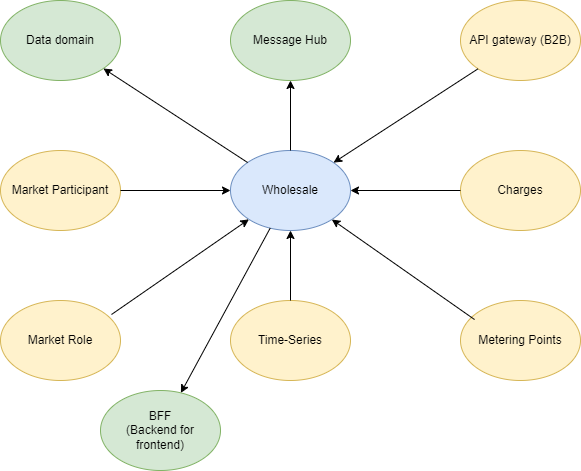
Earlier version of the draw.io export docs/images/context-map.drawio.png (Energinet-DataHub/opengeh-wholesale). Source tidied: cells renumbered, new cells last; positions are measured from the earlier drawing's top-left corner, leaving out a move shared by most shapes.
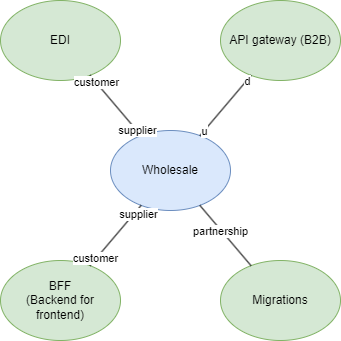
Later version of the same file.

Commit message:
Update context map

Change to the diagram source:
```diff
@@ -2,64 +2,55 @@
   <root>
     <mxCell id="0" />
     <mxCell id="1" parent="0" />
-    <mxCell id="2" value="Message Hub" style="ellipse;whiteSpace=wrap;html=1;fillColor=#d5e8d4;strokeColor=#82b366;" parent="1" vertex="1">
-      <mxGeometry x="230" width="120" height="80" as="geometry" />
+    <mxCell id="2" value="EDI" style="ellipse;whiteSpace=wrap;html=1;fillColor=#d5e8d4;strokeColor=#82b366;" parent="1" vertex="1">
+      <mxGeometry x="130" y="10" width="120" height="80" as="geometry" />
     </mxCell>
-    <mxCell id="3" value="API gateway (B2B)" style="ellipse;whiteSpace=wrap;html=1;fillColor=#fff2cc;strokeColor=#d6b656;" parent="1" vertex="1">
-      <mxGeometry x="460" width="120" height="80" as="geometry" />
+    <mxCell id="3" value="API gateway (B2B)" style="ellipse;whiteSpace=wrap;html=1;fillColor=#d5e8d4;strokeColor=#82b366;" parent="1" vertex="1">
+      <mxGeometry x="350" y="10" width="120" height="80" as="geometry" />
     </mxCell>
     <mxCell id="4" value="Wholesale" style="ellipse;whiteSpace=wrap;html=1;fillColor=#dae8fc;strokeColor=#6c8ebf;" parent="1" vertex="1">
-      <mxGeometry x="230" y="150" width="120" height="80" as="geometry" />
+      <mxGeometry x="240" y="140" width="120" height="80" as="geometry" />
     </mxCell>
-    <mxCell id="5" value="Charges" style="ellipse;whiteSpace=wrap;html=1;fillColor=#fff2cc;strokeColor=#d6b656;" parent="1" vertex="1">
-      <mxGeometry x="460" y="150" width="120" height="80" as="geometry" />
-    </mxCell>
-    <mxCell id="6" value="Time-Series" style="ellipse;whiteSpace=wrap;html=1;fillColor=#fff2cc;strokeColor=#d6b656;" parent="1" vertex="1">
-      <mxGeometry x="230" y="300" width="120" height="80" as="geometry" />
-    </mxCell>
-    <mxCell id="7" value="Metering Points" style="ellipse;whiteSpace=wrap;html=1;fillColor=#fff2cc;strokeColor=#d6b656;" parent="1" vertex="1">
-      <mxGeometry x="460" y="300" width="120" height="80" as="geometry" />
-    </mxCell>
-    <mxCell id="8" value="Market Participant" style="ellipse;whiteSpace=wrap;html=1;fillColor=#fff2cc;strokeColor=#d6b656;" parent="1" vertex="1">
-      <mxGeometry y="150" width="120" height="80" as="geometry" />
-    </mxCell>
-    <mxCell id="9" value="Market Role" style="ellipse;whiteSpace=wrap;html=1;fillColor=#fff2cc;strokeColor=#d6b656;" parent="1" vertex="1">
-      <mxGeometry y="300" width="120" height="80" as="geometry" />
-    </mxCell>
-    <mxCell id="10" style="endArrow=classic;html=1;rounded=0;exitX=0.5;exitY=0;exitDx=0;exitDy=0;" parent="1" edge="1" source="6">
-      <mxGeometry relative="1" as="geometry">
-        <mxPoint x="290" y="230" as="targetPoint" />
-      </mxGeometry>
-    </mxCell>
-    <mxCell id="11" style="endArrow=classic;html=1;rounded=0;exitX=0.925;exitY=0.175;exitDx=0;exitDy=0;exitPerimeter=0;" parent="1" edge="1" source="9" target="4">
-      <mxGeometry relative="1" as="geometry" />
-    </mxCell>
-    <mxCell id="12" style="endArrow=classic;html=1;rounded=0;exitX=0.117;exitY=0.238;exitDx=0;exitDy=0;exitPerimeter=0;" parent="1" edge="1" source="7" target="4">
-      <mxGeometry relative="1" as="geometry" />
-    </mxCell>
-    <mxCell id="13" style="endArrow=classic;html=1;rounded=0;exitX=0;exitY=0.5;exitDx=0;exitDy=0;" parent="1" edge="1" source="5" target="4">
-      <mxGeometry relative="1" as="geometry" />
-    </mxCell>
-    <mxCell id="14" style="endArrow=classic;html=1;rounded=0;exitX=0;exitY=1;exitDx=0;exitDy=0;" parent="1" edge="1" source="3" target="4">
+    <mxCell id="14" style="endArrow=none;html=1;rounded=0;endFill=0;" parent="1" edge="1" source="3" target="4">
       <mxGeometry relative="1" as="geometry" />
     </mxCell>
+    <mxCell id="21" value="u" style="edgeLabel;html=1;align=center;verticalAlign=middle;" parent="14" vertex="1">
+      <mxGeometry x="0.83" y="-1" relative="1" as="geometry">
+        <mxPoint y="1" as="offset" />
+      </mxGeometry>
+    </mxCell>
+    <mxCell id="22" value="d" style="edgeLabel;html=1;align=center;verticalAlign=middle;" parent="14" vertex="1">
+      <mxGeometry x="-0.82" y="1" relative="1" as="geometry" />
+    </mxCell>
-    <mxCell id="15" style="endArrow=classic;html=1;rounded=0;exitX=0.5;exitY=0;exitDx=0;exitDy=0;entryX=0.5;entryY=1;entryDx=0;entryDy=0;" parent="1" edge="1" source="4" target="2">
+    <mxCell id="15" style="endArrow=none;html=1;rounded=0;endFill=0;" parent="1" edge="1" source="4" target="2">
       <mxGeometry relative="1" as="geometry" />
     </mxCell>
-    <mxCell id="16" style="endArrow=classic;html=1;rounded=0;entryX=0;entryY=0.5;entryDx=0;entryDy=0;exitX=1;exitY=0.5;exitDx=0;exitDy=0;" parent="1" edge="1" source="8" target="4">
-      <mxGeometry relative="1" as="geometry" />
-    </mxCell>
+    <mxCell id="23" value="supplier" style="edgeLabel;html=1;align=center;verticalAlign=middle;" parent="15" vertex="1">
+      <mxGeometry x="-0.82" relative="1" as="geometry" />
+    </mxCell>
+    <mxCell id="24" value="customer" style="edgeLabel;html=1;align=center;verticalAlign=middle;" parent="15" vertex="1">
+      <mxGeometry x="0.77" relative="1" as="geometry" />
+    </mxCell>
-    <mxCell id="17" value="Data domain" style="ellipse;whiteSpace=wrap;html=1;fillColor=#d5e8d4;strokeColor=#82b366;" parent="1" vertex="1">
-      <mxGeometry width="120" height="80" as="geometry" />
+    <mxCell id="17" value="Migrations" style="ellipse;whiteSpace=wrap;html=1;fillColor=#d5e8d4;strokeColor=#82b366;" parent="1" vertex="1">
+      <mxGeometry x="350" y="270" width="120" height="80" as="geometry" />
     </mxCell>
-    <mxCell id="18" style="endArrow=classic;html=1;rounded=0;" parent="1" edge="1" source="4" target="17">
+    <mxCell id="18" style="endArrow=none;html=1;rounded=0;endFill=0;" parent="1" edge="1" source="4" target="17">
       <mxGeometry relative="1" as="geometry" />
     </mxCell>
+    <mxCell id="25" value="partnership" style="edgeLabel;html=1;align=center;verticalAlign=middle;" parent="18" vertex="1">
+      <mxGeometry x="-0.16" y="-1" relative="1" as="geometry" />
+    </mxCell>
     <mxCell id="19" value="BFF&lt;br&gt;(Backend for frontend)" style="ellipse;whiteSpace=wrap;html=1;fillColor=#d5e8d4;strokeColor=#82b366;" parent="1" vertex="1">
-      <mxGeometry x="100" y="390" width="120" height="80" as="geometry" />
+      <mxGeometry x="130" y="270" width="120" height="80" as="geometry" />
     </mxCell>
-    <mxCell id="20" style="endArrow=classic;html=1;rounded=0;" parent="1" edge="1" source="4" target="19">
+    <mxCell id="20" style="endArrow=none;html=1;rounded=0;startArrow=none;startFill=0;endFill=0;" parent="1" edge="1" source="4" target="19">
       <mxGeometry relative="1" as="geometry" />
     </mxCell>
+    <mxCell id="26" value="supplier" style="edgeLabel;html=1;align=center;verticalAlign=middle;" parent="20" vertex="1">
+      <mxGeometry x="-0.78" y="3" relative="1" as="geometry" />
+    </mxCell>
+    <mxCell id="27" value="customer" style="edgeLabel;html=1;align=center;verticalAlign=middle;" parent="20" vertex="1">
+      <mxGeometry x="0.78" y="-1" relative="1" as="geometry" />
+    </mxCell>
   </root>
 </mxGraphModel>
```
